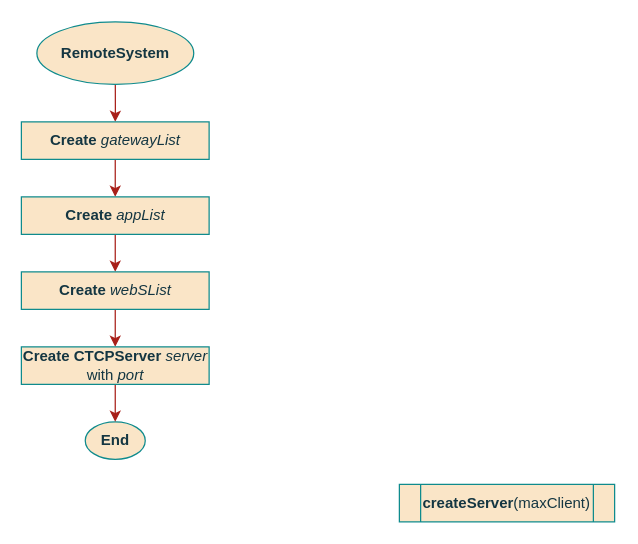
Earlier version of the draw.io diagram page "Cons_RemSys" (4 of 14) of documentation/flowcharts/RS/RS.drawio (ESRGgroup9/slipad). Source tidied: cells renumbered, new cells numbered last; positions are measured from the earlier drawing's top-left corner, leaving out a move shared by most shapes. Both pictures are drawn from the tidied source at 125%, with x=0, y=0 at pixel (21, 21).
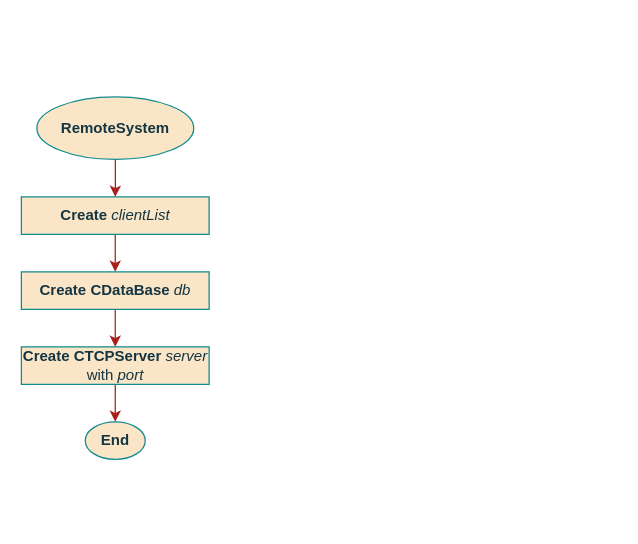
The same page after the edit.

Diff of the diagram source:
```diff
@@
 <mxGraphModel>
   <root>
     <mxCell id="0" />
     <mxCell id="1" parent="0" />
     <mxCell id="2" style="edgeStyle=orthogonalEdgeStyle;rounded=0;jettySize=auto;html=1;strokeColor=#A8201A;labelBackgroundColor=#DAD2D8;fontColor=#143642;" parent="1" edge="1" source="3" target="5">
       <mxGeometry relative="1" as="geometry" />
     </mxCell>
     <mxCell id="3" value="&lt;div&gt;RemoteSystem&lt;br&gt;&lt;/div&gt;&lt;span style=&quot;font-weight: normal&quot;&gt;&lt;/span&gt;" style="ellipse;whiteSpace=wrap;html=1;fillColor=#FAE5C7;strokeColor=#0F8B8D;fontColor=#143642;fontStyle=1;" parent="1" vertex="1">
-      <mxGeometry x="12" width="125.5" height="50" as="geometry" />
+      <mxGeometry x="12" y="60" width="125.5" height="50" as="geometry" />
     </mxCell>
-    <mxCell id="4" style="edgeStyle=orthogonalEdgeStyle;rounded=0;jettySize=auto;html=1;exitX=0.5;exitY=1;exitDx=0;exitDy=0;entryX=0.5;entryY=0;entryDx=0;entryDy=0;strokeColor=#A8201A;labelBackgroundColor=#DAD2D8;fontColor=#143642;" parent="1" edge="1" source="5" target="7">
+    <mxCell id="4" style="edgeStyle=orthogonalEdgeStyle;rounded=0;jettySize=auto;html=1;exitX=0.5;exitY=1;exitDx=0;exitDy=0;entryX=0.5;entryY=0;entryDx=0;entryDy=0;strokeColor=#A8201A;labelBackgroundColor=#DAD2D8;fontColor=#143642;" parent="1" edge="1" source="5" target="9">
       <mxGeometry relative="1" as="geometry" />
     </mxCell>
-    <mxCell id="5" value="&lt;div&gt;&lt;b&gt;Create&lt;/b&gt;&lt;i&gt;&lt;b&gt; &lt;/b&gt;gatewayList&lt;br&gt;&lt;/i&gt;&lt;/div&gt;" style="rounded=0;whiteSpace=wrap;html=1;sketch=0;fontColor=#143642;strokeColor=#0F8B8D;fillColor=#FAE5C7;" parent="1" vertex="1">
-      <mxGeometry x="-0.4" y="80" width="150.2" height="30" as="geometry" />
+    <mxCell id="5" value="&lt;div&gt;&lt;b&gt;Create&lt;/b&gt;&lt;i&gt;&lt;b&gt; &lt;/b&gt;clientList&lt;br&gt;&lt;/i&gt;&lt;/div&gt;" style="rounded=0;whiteSpace=wrap;html=1;sketch=0;fontColor=#143642;strokeColor=#0F8B8D;fillColor=#FAE5C7;" parent="1" vertex="1">
+      <mxGeometry x="-0.4" y="140" width="150.2" height="30" as="geometry" />
     </mxCell>
-    <mxCell id="6" style="edgeStyle=orthogonalEdgeStyle;rounded=0;jettySize=auto;html=1;exitX=0.5;exitY=1;exitDx=0;exitDy=0;entryX=0.5;entryY=0;entryDx=0;entryDy=0;strokeColor=#A8201A;labelBackgroundColor=#DAD2D8;fontColor=#143642;" parent="1" edge="1" source="7" target="9">
-      <mxGeometry relative="1" as="geometry" />
-    </mxCell>
-    <mxCell id="7" value="&lt;div&gt;&lt;b&gt;Create&lt;/b&gt;&lt;i&gt;&lt;b&gt; &lt;/b&gt;appList&lt;br&gt;&lt;/i&gt;&lt;/div&gt;" style="rounded=0;whiteSpace=wrap;html=1;sketch=0;fontColor=#143642;strokeColor=#0F8B8D;fillColor=#FAE5C7;" parent="1" vertex="1">
-      <mxGeometry x="-0.4" y="140" width="150.2" height="30" as="geometry" />
-    </mxCell>
     <mxCell id="8" style="edgeStyle=orthogonalEdgeStyle;rounded=0;jettySize=auto;html=1;exitX=0.5;exitY=1;exitDx=0;exitDy=0;strokeColor=#A8201A;labelBackgroundColor=#DAD2D8;fontColor=#143642;" parent="1" edge="1" source="9" target="14">
       <mxGeometry relative="1" as="geometry" />
     </mxCell>
-    <mxCell id="9" value="&lt;div&gt;&lt;b&gt;Create&lt;/b&gt;&lt;i&gt;&lt;b&gt; &lt;/b&gt;webSList&lt;br&gt;&lt;/i&gt;&lt;/div&gt;" style="rounded=0;whiteSpace=wrap;html=1;sketch=0;fontColor=#143642;strokeColor=#0F8B8D;fillColor=#FAE5C7;" parent="1" vertex="1">
+    <mxCell id="9" value="&lt;div&gt;&lt;b&gt;Create&lt;/b&gt;&lt;i&gt;&lt;b&gt; &lt;/b&gt;&lt;/i&gt;&lt;b&gt;CDataBase &lt;/b&gt;&lt;i&gt;db&lt;br&gt;&lt;/i&gt;&lt;/div&gt;" style="rounded=0;whiteSpace=wrap;html=1;sketch=0;fontColor=#143642;strokeColor=#0F8B8D;fillColor=#FAE5C7;" parent="1" vertex="1">
       <mxGeometry x="-0.4" y="200" width="150.2" height="30" as="geometry" />
     </mxCell>
     <mxCell id="10" value="End" style="ellipse;whiteSpace=wrap;html=1;fillColor=#FAE5C7;strokeColor=#0F8B8D;fontColor=#143642;fontStyle=1;" parent="1" vertex="1">
       <mxGeometry x="50.7" y="320" width="48" height="30" as="geometry" />
     </mxCell>
     <mxCell id="11" style="edgeStyle=orthogonalEdgeStyle;rounded=0;orthogonalLoop=1;jettySize=auto;html=1;strokeColor=#A8201A;labelBackgroundColor=#DAD2D8;fontColor=#143642;" parent="1" edge="1">
       <mxGeometry relative="1" as="geometry">
-        <mxPoint x="378.2" y="140" as="targetPoint" />
+        <mxPoint x="378.2" y="200" as="targetPoint" />
       </mxGeometry>
     </mxCell>
-    <mxCell id="12" value="createServer&lt;span style=&quot;font-weight: normal&quot;&gt;(maxClient)&lt;/span&gt;" style="shape=process;whiteSpace=wrap;html=1;backgroundOutline=1;rounded=0;sketch=0;fontColor=#143642;strokeColor=#0F8B8D;fillColor=#FAE5C7;fontStyle=1;" parent="1" vertex="1">
-      <mxGeometry x="302" y="370" width="172.2" height="30" as="geometry" />
-    </mxCell>
     <mxCell id="13" style="edgeStyle=orthogonalEdgeStyle;curved=0;rounded=1;sketch=0;jettySize=auto;html=1;fontColor=#143642;strokeColor=#A8201A;fillColor=#FAE5C7;" parent="1" edge="1" source="14" target="10">
       <mxGeometry relative="1" as="geometry" />
     </mxCell>
     <mxCell id="14" value="&lt;div&gt;&lt;b&gt;Create&lt;/b&gt;&lt;i&gt;&lt;b&gt; &lt;/b&gt;&lt;/i&gt;&lt;b&gt;C&lt;/b&gt;&lt;b&gt;TCPServer &lt;/b&gt;&lt;i&gt;server&lt;/i&gt; with &lt;i&gt;port&lt;br&gt;&lt;/i&gt;&lt;/div&gt;" style="rounded=0;whiteSpace=wrap;html=1;sketch=0;fontColor=#143642;strokeColor=#0F8B8D;fillColor=#FAE5C7;" parent="1" vertex="1">
       <mxGeometry x="-0.4" y="260" width="150.2" height="30" as="geometry" />
     </mxCell>
   </root>
 </mxGraphModel>
```
